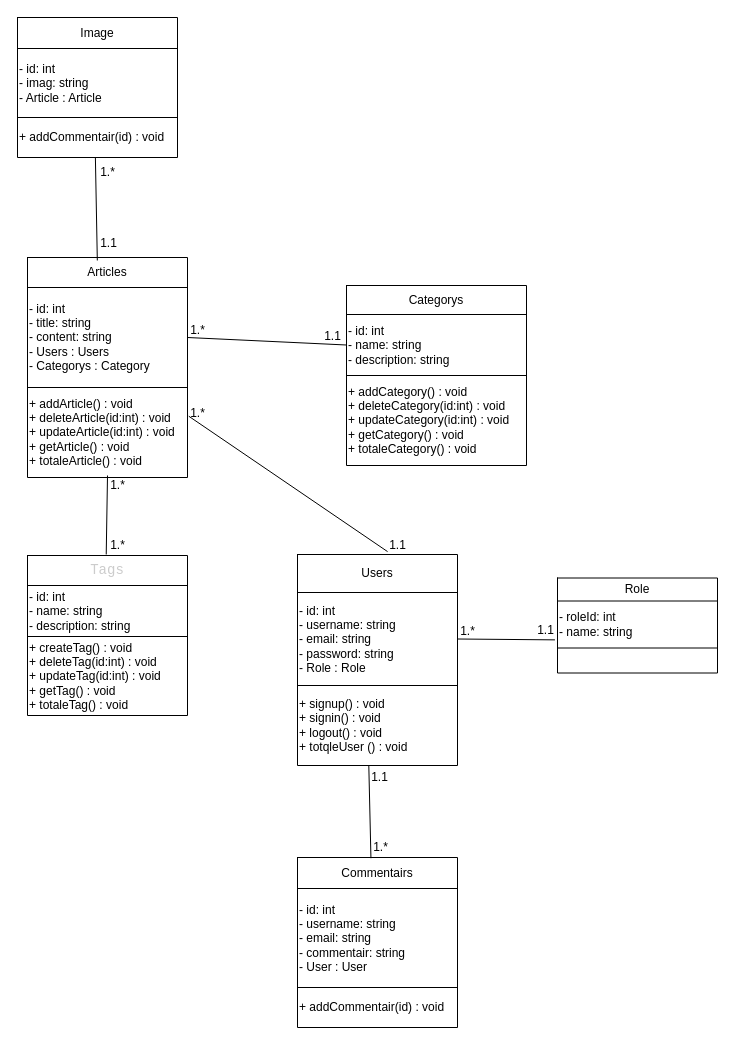
Earlier version of the draw.io diagram uml/DiagramDeClass.drawio (k-zakaria/ajiNt3awno). Source tidied: cells renumbered, new cells numbered last; positions are measured from the earlier drawing's top-left corner, leaving out a move shared by most shapes. Both pictures are drawn from the tidied source at 100%, with x=0, y=0 at pixel (17, 17).
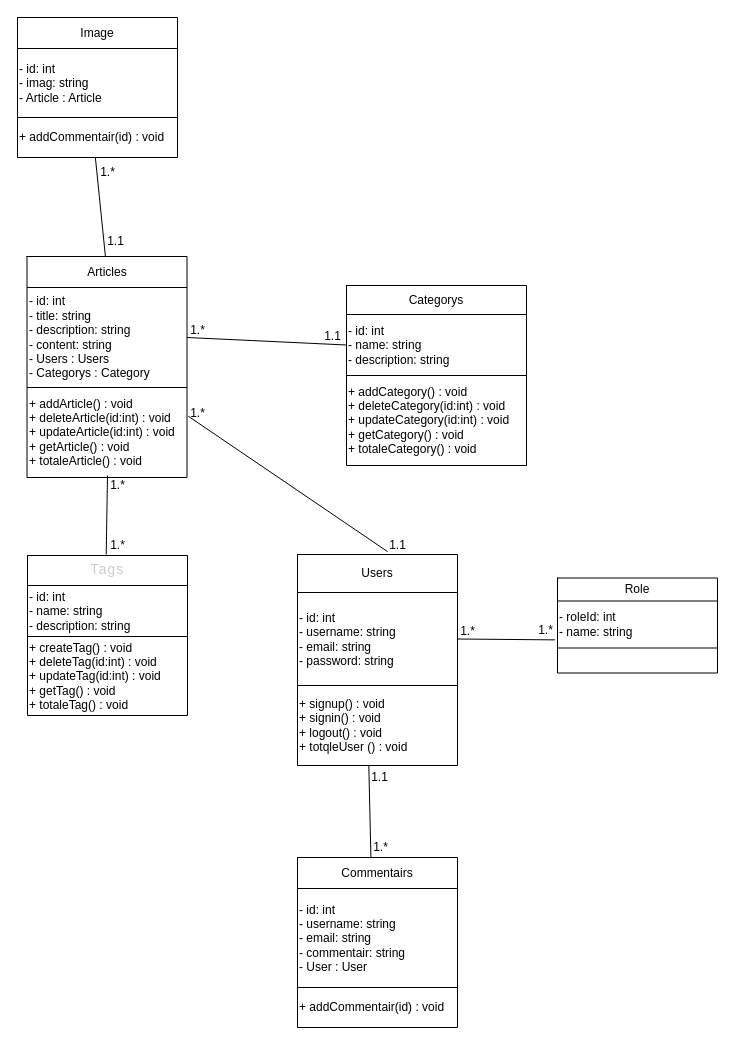
The same page after the edit.

Unchanged cells that the change refers to:
```xml
<mxCell id="27" style="shape=tableRow;horizontal=0;startSize=0;swimlaneHead=0;swimlaneBody=0;top=0;left=0;bottom=0;right=0;fillColor=none;points=[[0,0.5],[1,0.5]];portConstraint=eastwest;" parent="24" vertex="1">
  <mxGeometry y="38" width="160" height="93" as="geometry" />
</mxCell>
<mxCell id="67" value="1.*" style="text;html=1;align=center;verticalAlign=middle;points=[];strokeColor=none;fillColor=none;" parent="1" vertex="1">
  <mxGeometry x="69.5" y="140" width="40" height="30" as="geometry" />
</mxCell>
```

Change to the diagram source:
```diff
@@
     <mxCell id="3" style="shape=table;startSize=0;childLayout=tableLayout;" parent="1" vertex="1">
-      <mxGeometry x="10" y="240" width="160" height="220" as="geometry" />
+      <mxGeometry x="9.5" y="239" width="160" height="221" as="geometry" />
     </mxCell>
     <mxCell id="4" style="shape=tableRow;horizontal=0;startSize=0;swimlaneHead=0;swimlaneBody=0;top=0;left=0;bottom=0;right=0;fillColor=none;points=[[0,0.5],[1,0.5]];portConstraint=eastwest;" parent="3" vertex="1">
-      <mxGeometry width="160" height="30" as="geometry" />
+      <mxGeometry width="160" height="31" as="geometry" />
     </mxCell>
     <mxCell id="5" value="Articles" style="shape=partialRectangle;html=1;whiteSpace=wrap;overflow=hidden;fillColor=none;top=0;left=0;bottom=0;right=0;" parent="4" vertex="1">
-      <mxGeometry width="160" height="30" as="geometry" />
+      <mxGeometry width="160" height="31" as="geometry" />
     </mxCell>
     <mxCell id="6" style="shape=tableRow;horizontal=0;startSize=0;swimlaneHead=0;swimlaneBody=0;top=0;left=0;bottom=0;right=0;fillColor=none;points=[[0,0.5],[1,0.5]];portConstraint=eastwest;" parent="3" vertex="1">
-      <mxGeometry y="30" width="160" height="100" as="geometry" />
+      <mxGeometry y="31" width="160" height="100" as="geometry" />
     </mxCell>
-    <mxCell id="7" value="- id: int&lt;br&gt;- title: string&lt;br&gt;- content: string&lt;br&gt;- Users : Users&lt;br&gt;- Categorys : Category" style="shape=partialRectangle;html=1;whiteSpace=wrap;overflow=hidden;fillColor=none;top=0;left=0;bottom=0;right=0;align=left;" parent="6" vertex="1">
+    <mxCell id="7" value="- id: int&lt;br&gt;- title: string&lt;br&gt;- description: string&lt;br&gt;- content: string&lt;br&gt;- Users : Users&lt;br&gt;- Categorys : Category" style="shape=partialRectangle;html=1;whiteSpace=wrap;overflow=hidden;fillColor=none;top=0;left=0;bottom=0;right=0;align=left;" parent="6" vertex="1">
       <mxGeometry width="160" height="100" as="geometry" />
     </mxCell>
     <mxCell id="8" style="shape=tableRow;horizontal=0;startSize=0;swimlaneHead=0;swimlaneBody=0;top=0;left=0;bottom=0;right=0;fillColor=none;points=[[0,0.5],[1,0.5]];portConstraint=eastwest;" parent="3" vertex="1">
-      <mxGeometry y="130" width="160" height="90" as="geometry" />
+      <mxGeometry y="131" width="160" height="90" as="geometry" />
     </mxCell>
@@
-    <mxCell id="28" value="- id: int&lt;br&gt;- username: string&lt;br&gt;- email: string&lt;br&gt;- password: string&lt;br&gt;- Role : Role" style="shape=partialRectangle;html=1;whiteSpace=wrap;overflow=hidden;fillColor=none;top=0;left=0;bottom=0;right=0;align=left;" parent="27" vertex="1">
+    <mxCell id="28" value="- id: int&lt;br&gt;- username: string&lt;br&gt;- email: string&lt;br&gt;- password: string" style="shape=partialRectangle;html=1;whiteSpace=wrap;overflow=hidden;fillColor=none;top=0;left=0;bottom=0;right=0;align=left;" parent="27" vertex="1">
       <mxGeometry width="160" height="93" as="geometry" />
     </mxCell>
@@
-    <mxCell id="48" value="1.1" style="text;html=1;align=center;verticalAlign=middle;strokeColor=none;fillColor=none;" parent="1" vertex="1">
+    <mxCell id="48" value="1.*" style="text;html=1;align=center;verticalAlign=middle;strokeColor=none;fillColor=none;" parent="1" vertex="1">
       <mxGeometry x="508" y="598" width="40" height="30" as="geometry" />
     </mxCell>
@@
-    <mxCell id="66" style="endArrow=none;html=1;exitX=0.233;exitY=1.066;exitDx=0;exitDy=0;exitPerimeter=0;entryX=0.21;entryY=0.008;entryDx=0;entryDy=0;entryPerimeter=0;" parent="1" edge="1" source="68" target="67">
+    <mxCell id="66" style="endArrow=none;html=1;entryX=0.21;entryY=0.008;entryDx=0;entryDy=0;entryPerimeter=0;" parent="1" edge="1" source="4" target="67">
       <mxGeometry relative="1" as="geometry" />
     </mxCell>
@@
     <mxCell id="68" value="1.1" style="text;html=1;align=center;verticalAlign=middle;points=[];strokeColor=none;fillColor=none;" parent="1" vertex="1">
-      <mxGeometry x="70.5" y="211" width="40" height="30" as="geometry" />
+      <mxGeometry x="78" y="209" width="40" height="30" as="geometry" />
     </mxCell>
```
